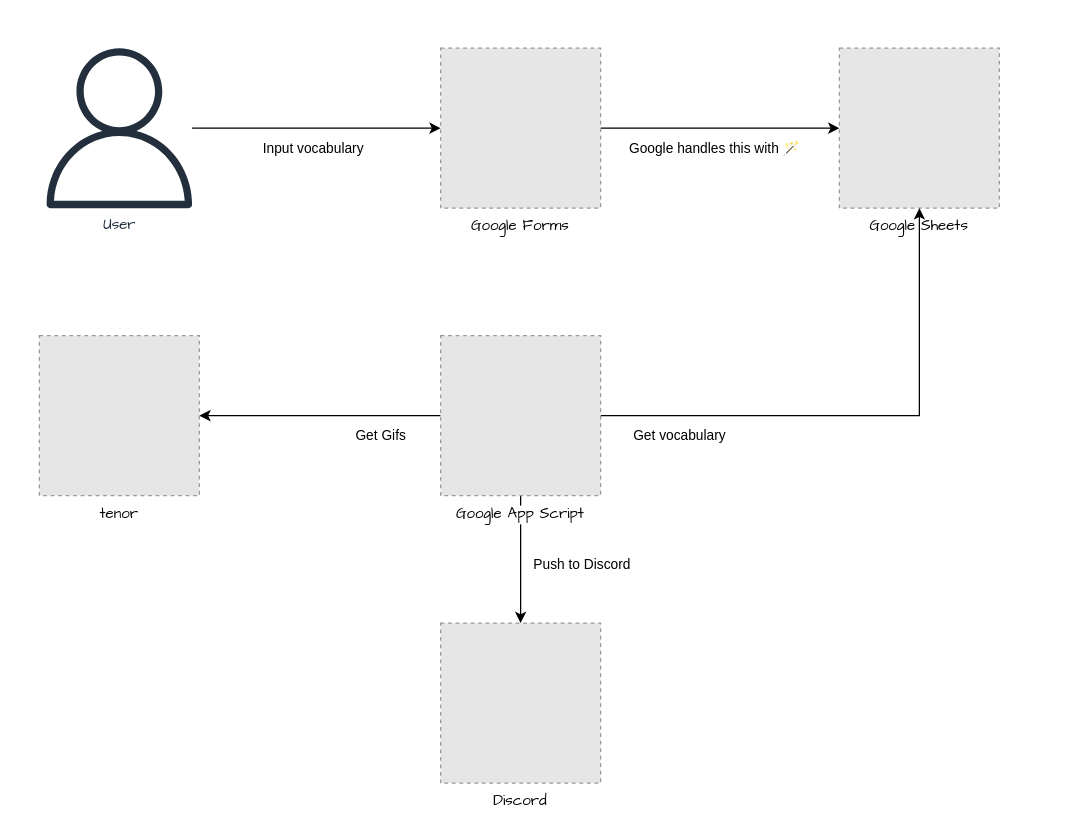
The draw.io diagram images/overview.drawio in sam159247/review-vocabulary-everyday, before the edit. Source tidied: cells renumbered, new cells numbered last; positions are measured from the earlier drawing's top-left corner, leaving out a move shared by most shapes. Both pictures are drawn from the tidied source at 125%, with x=0, y=0 at pixel (39, 48). Pictures stored in the file or linked from it are replaced by grey dashed boxes.
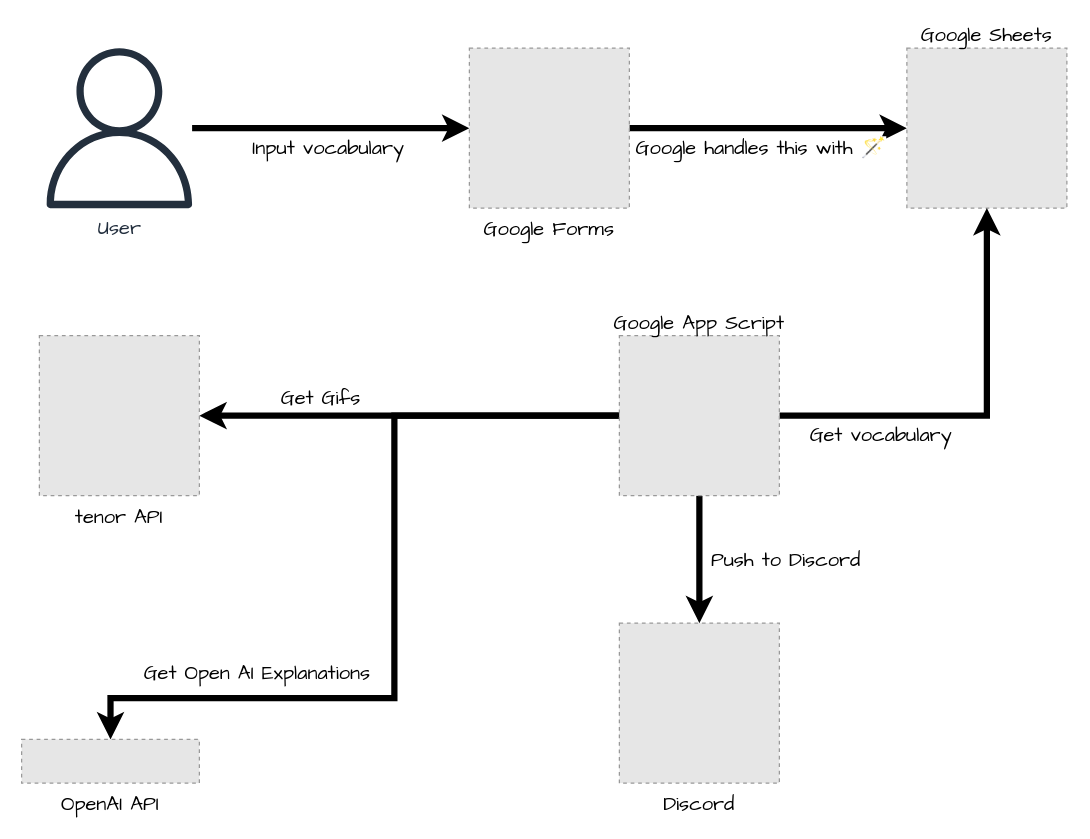
The same page after the edit.

Commit message (it also covers changes not shown here):
feat(openAI): Add openAI API

The edit, as a diff of the source:
```diff
@@
 <mxGraphModel>
   <root>
     <mxCell id="0" />
     <mxCell id="1" parent="0" />
-    <mxCell id="2" value="Discord" style="fillColor=#E6E6E6;strokeColor=#999999;dashed=1;verticalAlign=top;verticalLabelPosition=bottom;labelBackgroundColor=#ffffff;fontFamily=Comic Sans MS;" parent="1" vertex="1">
-      <mxGeometry x="321" y="460" width="128" height="128" as="geometry" />
+    <mxCell id="2" value="Discord" style="fillColor=#E6E6E6;strokeColor=#999999;dashed=1;verticalAlign=top;verticalLabelPosition=bottom;labelBackgroundColor=#ffffff;fontFamily=Comic Sans MS;labelPosition=center;align=center;fontSize=16;" parent="1" vertex="1">
+      <mxGeometry x="464" y="460" width="128" height="128" as="geometry" />
     </mxCell>
-    <mxCell id="3" value="Google handles this with 🪄" style="edgeStyle=orthogonalEdgeStyle;rounded=0;jettySize=auto;html=1;entryX=0;entryY=0.5;entryDx=0;entryDy=0;" parent="1" edge="1" source="4" target="5">
+    <mxCell id="3" value="Google handles this with 🪄" style="edgeStyle=orthogonalEdgeStyle;rounded=0;jettySize=auto;html=1;entryX=0;entryY=0.5;entryDx=0;entryDy=0;strokeWidth=5;fontFamily=Comic Sans MS;fontSize=16;" parent="1" edge="1" source="4" target="5">
       <mxGeometry x="-0.05" y="-16" relative="1" as="geometry">
         <Array as="points">
           <mxPoint x="580" y="64" />
           <mxPoint x="580" y="64" />
         </Array>
       </mxGeometry>
     </mxCell>
-    <mxCell id="4" value="Google Forms" style="fillColor=#E6E6E6;strokeColor=#999999;dashed=1;verticalLabelPosition=bottom;labelBackgroundColor=default;verticalAlign=top;fontFamily=Comic Sans MS;" parent="1" vertex="1">
-      <mxGeometry x="321" width="128" height="128" as="geometry" />
+    <mxCell id="4" value="Google Forms" style="fillColor=#E6E6E6;strokeColor=#999999;dashed=1;verticalLabelPosition=bottom;labelBackgroundColor=default;verticalAlign=top;fontFamily=Comic Sans MS;labelPosition=center;align=center;fontSize=16;" parent="1" vertex="1">
+      <mxGeometry x="344" width="128" height="128" as="geometry" />
     </mxCell>
-    <mxCell id="5" value="Google Sheets" style="fillColor=#E6E6E6;strokeColor=#999999;dashed=1;verticalLabelPosition=bottom;labelBackgroundColor=default;verticalAlign=top;fontFamily=Comic Sans MS;" parent="1" vertex="1">
-      <mxGeometry x="640" width="128" height="128" as="geometry" />
+    <mxCell id="5" value="Google Sheets" style="fillColor=#E6E6E6;strokeColor=#999999;dashed=1;verticalLabelPosition=top;labelBackgroundColor=default;verticalAlign=bottom;fontFamily=Comic Sans MS;labelPosition=center;align=center;fontSize=16;" parent="1" vertex="1">
+      <mxGeometry x="694" width="128" height="128" as="geometry" />
     </mxCell>
-    <mxCell id="6" value="tenor" style="fillColor=#E6E6E6;strokeColor=#999999;dashed=1;verticalLabelPosition=bottom;labelBackgroundColor=default;verticalAlign=top;fontFamily=Comic Sans MS;" parent="1" vertex="1">
+    <mxCell id="6" value="tenor API" style="fillColor=#E6E6E6;strokeColor=#999999;dashed=1;verticalLabelPosition=bottom;labelBackgroundColor=default;verticalAlign=top;fontFamily=Comic Sans MS;fontSize=16;" parent="1" vertex="1">
       <mxGeometry y="230" width="128" height="128" as="geometry" />
     </mxCell>
-    <mxCell id="7" value="Get vocabulary" style="edgeStyle=orthogonalEdgeStyle;sketch=0;jumpSize=6;jettySize=auto;html=1;shadow=0;strokeColor=default;rounded=0;" parent="1" edge="1" source="10" target="5">
-      <mxGeometry x="-0.7" y="-16" relative="1" as="geometry" />
+    <mxCell id="7" value="Get vocabulary" style="edgeStyle=orthogonalEdgeStyle;sketch=0;jumpSize=6;jettySize=auto;html=1;shadow=0;strokeColor=default;rounded=0;strokeWidth=5;fontFamily=Comic Sans MS;fontSize=16;" parent="1" edge="1" source="10" target="5">
+      <mxGeometry x="-0.51" y="-16" relative="1" as="geometry" />
     </mxCell>
-    <mxCell id="8" value="Get Gifs" style="edgeStyle=orthogonalEdgeStyle;curved=1;sketch=0;jumpSize=6;jettySize=auto;html=1;entryX=1;entryY=0.5;entryDx=0;entryDy=0;shadow=0;strokeColor=default;" parent="1" edge="1" source="10" target="6">
-      <mxGeometry x="-0.5" y="16" relative="1" as="geometry" />
+    <mxCell id="8" value="Get Gifs" style="edgeStyle=orthogonalEdgeStyle;curved=1;sketch=0;jumpSize=6;jettySize=auto;html=1;entryX=1;entryY=0.5;entryDx=0;entryDy=0;shadow=0;strokeColor=default;strokeWidth=5;fontFamily=Comic Sans MS;fontSize=16;" parent="1" edge="1" source="10" target="6">
+      <mxGeometry x="0.42" y="-14" relative="1" as="geometry" />
     </mxCell>
-    <mxCell id="9" value="Push to Discord" style="edgeStyle=orthogonalEdgeStyle;curved=1;sketch=0;jumpSize=6;jettySize=auto;html=1;shadow=0;strokeColor=default;" parent="1" edge="1" source="10" target="2">
-      <mxGeometry x="0.08" y="49" relative="1" as="geometry" />
+    <mxCell id="9" value="Push to Discord" style="edgeStyle=orthogonalEdgeStyle;curved=1;sketch=0;jumpSize=6;jettySize=auto;html=1;shadow=0;strokeColor=default;strokeWidth=5;fontFamily=Comic Sans MS;fontSize=16;" parent="1" edge="1" source="10" target="2">
+      <mxGeometry x="0.02" y="69" relative="1" as="geometry" />
     </mxCell>
+    <mxCell id="13" value="&lt;span style=&quot;color: rgb(0, 0, 0); font-family: &amp;quot;Comic Sans MS&amp;quot;; font-size: 16px; font-style: normal; font-variant-ligatures: normal; font-variant-caps: normal; font-weight: 400; letter-spacing: normal; orphans: 2; text-align: center; text-indent: 0px; text-transform: none; widows: 2; word-spacing: 0px; -webkit-text-stroke-width: 0px; background-color: rgb(255, 255, 255); text-decoration-thickness: initial; text-decoration-style: initial; text-decoration-color: initial; float: none; display: inline !important;&quot;&gt;Get Open AI Explanations&lt;/span&gt;" style="edgeStyle=orthogonalEdgeStyle;rounded=0;jettySize=auto;html=1;entryX=0.5;entryY=0;entryDx=0;entryDy=0;strokeWidth=5;fontFamily=Comic Sans MS;fontSize=16;" parent="1" edge="1" source="10" target="14">
+      <mxGeometry x="0.55" y="-20" relative="1" as="geometry">
+        <Array as="points">
+          <mxPoint x="284" y="294" />
+          <mxPoint x="284" y="520" />
+          <mxPoint x="57" y="520" />
+        </Array>
+      </mxGeometry>
+    </mxCell>
-    <mxCell id="10" value="Google App Script" style="fillColor=#E6E6E6;strokeColor=#999999;dashed=1;verticalLabelPosition=bottom;labelBackgroundColor=default;verticalAlign=top;fontFamily=Comic Sans MS;" parent="1" vertex="1">
-      <mxGeometry x="321" y="230" width="128" height="128" as="geometry" />
+    <mxCell id="10" value="Google App Script" style="fillColor=#E6E6E6;strokeColor=#999999;dashed=1;verticalLabelPosition=top;labelBackgroundColor=default;verticalAlign=bottom;fontFamily=Comic Sans MS;labelPosition=center;align=center;fontSize=16;" parent="1" vertex="1">
+      <mxGeometry x="464" y="230" width="128" height="128" as="geometry" />
     </mxCell>
-    <mxCell id="11" value="Input vocabulary" style="edgeStyle=orthogonalEdgeStyle;jettySize=auto;html=1;entryX=0;entryY=0.5;entryDx=0;entryDy=0;jumpSize=6;shadow=0;sketch=0;rounded=0;" parent="1" edge="1" source="12" target="4">
+    <mxCell id="11" value="Input vocabulary" style="edgeStyle=orthogonalEdgeStyle;jettySize=auto;html=1;entryX=0;entryY=0.5;entryDx=0;entryDy=0;jumpSize=6;shadow=0;sketch=0;rounded=0;fontSize=16;strokeWidth=5;fontFamily=Comic Sans MS;" parent="1" edge="1" source="12" target="4">
       <mxGeometry x="-0.02" y="-16" relative="1" as="geometry" />
     </mxCell>
-    <mxCell id="12" value="User" style="sketch=0;outlineConnect=0;fontColor=#232F3E;gradientColor=none;fillColor=#232F3D;strokeColor=none;dashed=0;verticalLabelPosition=bottom;verticalAlign=top;align=center;html=1;fontSize=12;fontStyle=0;shape=mxgraph.aws4.user;fontFamily=Comic Sans MS;" parent="1" vertex="1">
+    <mxCell id="12" value="User" style="sketch=0;outlineConnect=0;fontColor=#232F3E;gradientColor=none;fillColor=#232F3D;strokeColor=none;dashed=0;verticalLabelPosition=bottom;verticalAlign=top;align=center;html=1;fontSize=16;fontStyle=0;shape=mxgraph.aws4.user;fontFamily=Comic Sans MS;labelPosition=center;" parent="1" vertex="1">
       <mxGeometry width="128" height="128" as="geometry" />
     </mxCell>
+    <mxCell id="14" value="OpenAI API" style="fillColor=#E6E6E6;strokeColor=#999999;dashed=1;verticalAlign=top;labelPosition=center;verticalLabelPosition=bottom;align=center;fontFamily=Comic Sans MS;fontSize=16;" parent="1" vertex="1">
+      <mxGeometry x="-14.2" y="553" width="142.2" height="35" as="geometry" />
+    </mxCell>
   </root>
 </mxGraphModel>
```
